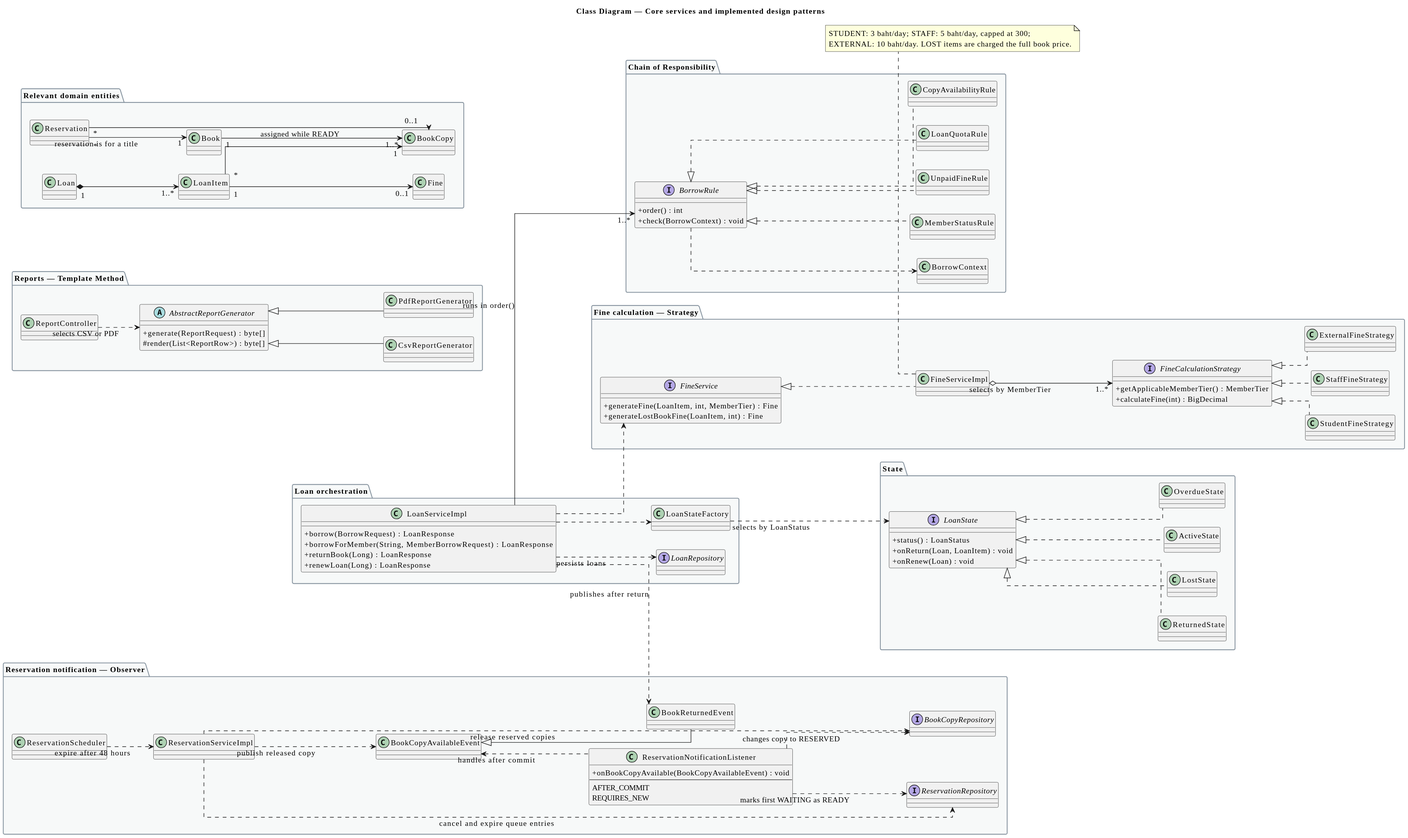
boatrocl/library_book_management keeps this PlantUML diagram as doc/diagrams/images/04-class-diagram.svg. Above is the earlier version.
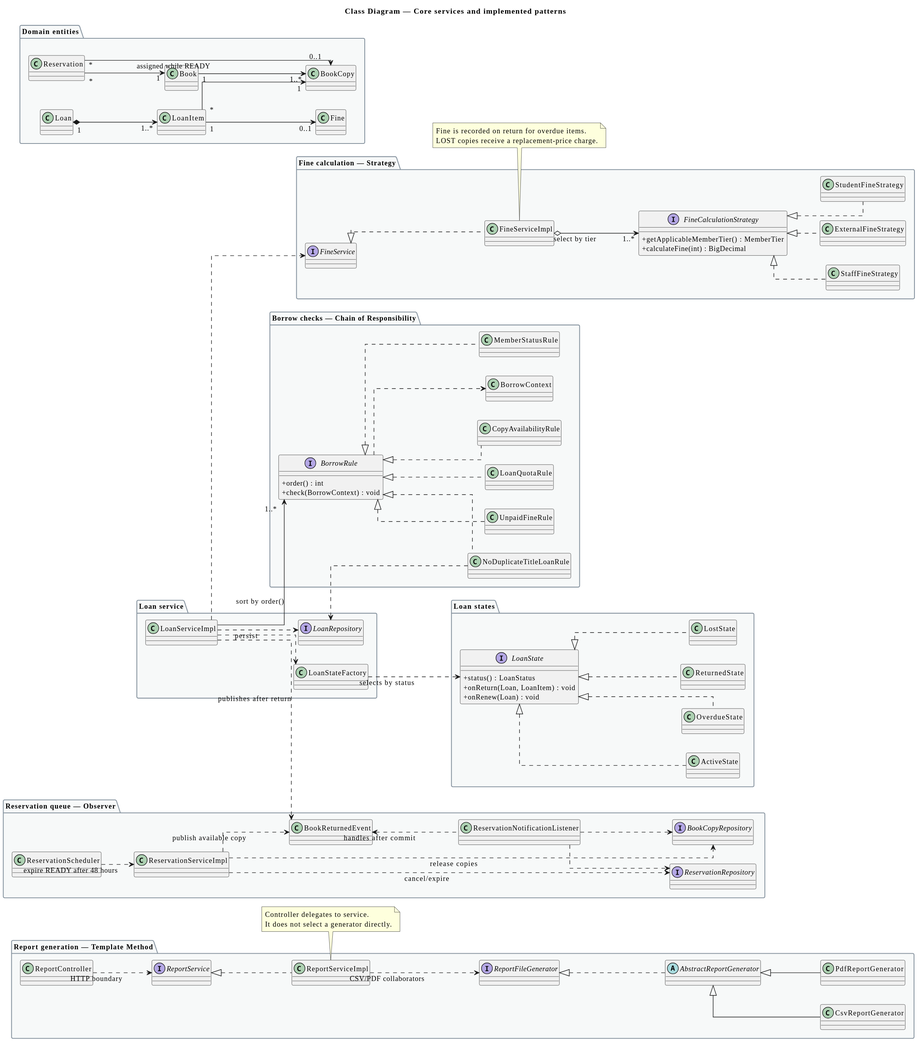
After the commit.

What changed in the source:
```diff
@@ -1,8 +1,8 @@
 @startuml
-title Class Diagram — Core services and implemented design patterns
+title Class Diagram — Core services and implemented patterns
 
 skinparam defaultFontName "Tahoma"
-skinparam defaultFontSize 14
+skinparam defaultFontSize 13
 skinparam shadowing false
 skinparam linetype ortho
 skinparam classAttributeIconSize 0
@@ -10,21 +10,15 @@
   BackgroundColor #F7F9F9
   BorderColor #85929E
 }
-
 left to right direction
 
-package "Loan orchestration" {
-  class LoanServiceImpl {
-    + borrow(BorrowRequest) : LoanResponse
-    + borrowForMember(String, MemberBorrowRequest) : LoanResponse
-    + returnBook(Long) : LoanResponse
-    + renewLoan(Long) : LoanResponse
-  }
+package "Loan service" {
+  class LoanServiceImpl
   interface LoanRepository
   class LoanStateFactory
 }
 
-package "Chain of Responsibility" {
+package "Borrow checks — Chain of Responsibility" {
   interface BorrowRule {
     + order() : int
     + check(BorrowContext) : void
@@ -34,9 +28,10 @@
   class UnpaidFineRule
   class LoanQuotaRule
   class CopyAvailabilityRule
+  class NoDuplicateTitleLoanRule
 }
 
-package "State" {
+package "Loan states" {
   interface LoanState {
     + status() : LoanStatus
     + onReturn(Loan, LoanItem) : void
@@ -49,10 +44,7 @@
 }
 
 package "Fine calculation — Strategy" {
-  interface FineService {
-    + generateFine(LoanItem, int, MemberTier) : Fine
-    + generateLostBookFine(LoanItem, int) : Fine
-  }
+  interface FineService
   class FineServiceImpl
   interface FineCalculationStrategy {
     + getApplicableMemberTier() : MemberTier
@@ -63,32 +55,26 @@
   class ExternalFineStrategy
 }
 
-package "Reservation notification — Observer" {
-  class BookCopyAvailableEvent
+package "Reservation queue — Observer" {
   class BookReturnedEvent
-  class ReservationNotificationListener {
-    + onBookCopyAvailable(BookCopyAvailableEvent) : void
-    --
-    AFTER_COMMIT
-    REQUIRES_NEW
-  }
+  class ReservationNotificationListener
   interface ReservationRepository
   interface BookCopyRepository
   class ReservationServiceImpl
   class ReservationScheduler
 }
 
-package "Reports — Template Method" {
+package "Report generation — Template Method" {
   class ReportController
-  abstract class AbstractReportGenerator {
-    + generate(ReportRequest) : byte[]
-    # render(List<ReportRow>) : byte[]
-  }
+  interface ReportService
+  class ReportServiceImpl
+  interface ReportFileGenerator
+  abstract class AbstractReportGenerator
   class CsvReportGenerator
   class PdfReportGenerator
 }
 
-package "Relevant domain entities" {
+package "Domain entities" {
   class Loan
   class LoanItem
   class Fine
@@ -97,16 +83,18 @@
   class Reservation
 }
 
-LoanServiceImpl ..> LoanRepository : persists loans
-LoanServiceImpl --> "1..*" BorrowRule : runs in order()
+LoanServiceImpl ..> LoanRepository : persist
+LoanServiceImpl --> "1..*" BorrowRule : sort by order()
 BorrowRule <|.. MemberStatusRule
 BorrowRule <|.. UnpaidFineRule
 BorrowRule <|.. LoanQuotaRule
 BorrowRule <|.. CopyAvailabilityRule
+BorrowRule <|.. NoDuplicateTitleLoanRule
 BorrowRule ..> BorrowContext
+NoDuplicateTitleLoanRule ..> LoanRepository
 
 LoanServiceImpl ..> LoanStateFactory
-LoanStateFactory ..> LoanState : selects by LoanStatus
+LoanStateFactory ..> LoanState : selects by status
 LoanState <|.. ActiveState
 LoanState <|.. OverdueState
 LoanState <|.. ReturnedState
@@ -114,34 +102,41 @@
 
 LoanServiceImpl ..> FineService
 FineService <|.. FineServiceImpl
-FineServiceImpl o--> "1..*" FineCalculationStrategy : selects by MemberTier
+FineServiceImpl o--> "1..*" FineCalculationStrategy : select by tier
 FineCalculationStrategy <|.. StudentFineStrategy
 FineCalculationStrategy <|.. StaffFineStrategy
 FineCalculationStrategy <|.. ExternalFineStrategy
 
 LoanServiceImpl ..> BookReturnedEvent : publishes after return
-BookCopyAvailableEvent <|-- BookReturnedEvent
-BookCopyAvailableEvent <.. ReservationNotificationListener : handles after commit
-ReservationNotificationListener ..> ReservationRepository : marks first WAITING as READY
-ReservationNotificationListener ..> BookCopyRepository : changes copy to RESERVED
-ReservationServiceImpl ..> ReservationRepository : cancel and expire queue entries
-ReservationServiceImpl ..> BookCopyRepository : release reserved copies
-ReservationServiceImpl ..> BookCopyAvailableEvent : publish released copy
-ReservationScheduler ..> ReservationServiceImpl : expire after 48 hours
+BookReturnedEvent <.. ReservationNotificationListener : handles after commit
+ReservationNotificationListener ..> ReservationRepository
+ReservationNotificationListener ..> BookCopyRepository
+ReservationServiceImpl ..> ReservationRepository : cancel/expire
+ReservationServiceImpl ..> BookCopyRepository : release copies
+ReservationServiceImpl ..> BookReturnedEvent : publish available copy
+ReservationScheduler ..> ReservationServiceImpl : expire READY after 48 hours
 
-ReportController ..> AbstractReportGenerator : selects CSV or PDF
+ReportController ..> ReportService : HTTP boundary
+ReportService <|.. ReportServiceImpl
+ReportServiceImpl ..> ReportFileGenerator : CSV/PDF collaborators
+ReportFileGenerator <|.. AbstractReportGenerator
 AbstractReportGenerator <|-- CsvReportGenerator
 AbstractReportGenerator <|-- PdfReportGenerator
 
 Loan "1" *--> "1..*" LoanItem
 LoanItem "1" --> "0..1" Fine
 LoanItem "*" --> "1" BookCopy
-Reservation "*" --> "1" Book : reservation is for a title
+Reservation "*" --> "1" Book
 Reservation "*" --> "0..1" BookCopy : assigned while READY
 Book "1" --> "1..*" BookCopy
 
+note bottom of ReportServiceImpl
+  Controller delegates to service.
+  It does not select a generator directly.
+end note
+
 note bottom of FineServiceImpl
-  STUDENT: 3 baht/day; STAFF: 5 baht/day, capped at 300;
-  EXTERNAL: 10 baht/day. LOST items are charged the full book price.
+  Fine is recorded on return for overdue items.
+  LOST copies receive a replacement-price charge.
 end note
 @enduml
```
